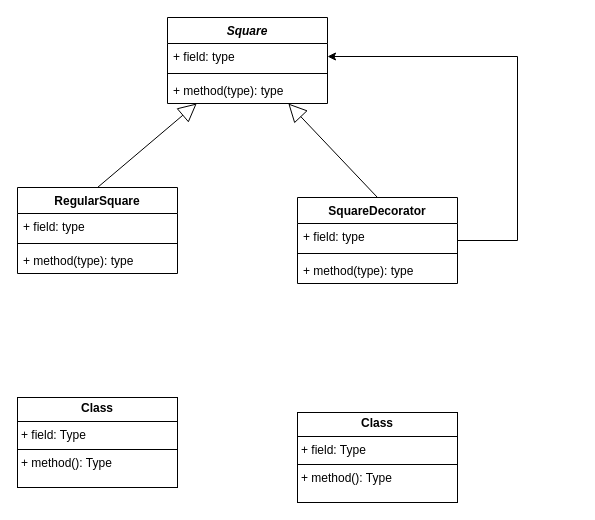
antonykimuom/SWEN30006-2025-SM1-workshop1-tuew05-14-00-team-12 keeps this draw.io diagram as page "Page-2" (2 of 2) of workshop7-week8.drawio. Above is the earlier version. Source tidied: cells renumbered, new cells numbered last; positions are measured from the earlier drawing's top-left corner, leaving out a move shared by most shapes. Both pictures are drawn from the tidied source at 100%, with x=0, y=0 at pixel (17, 17).
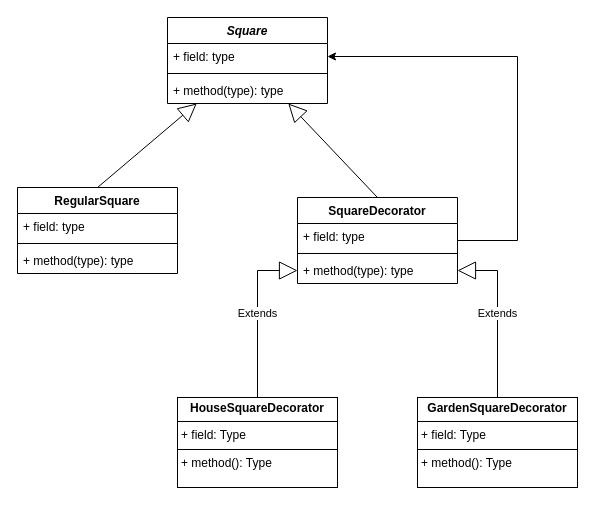
Above is the later version.

Commit message:
connected decorators

The change refers to these unchanged cells:
```xml
<mxCell id="17" value="+ method(type): type" style="text;strokeColor=none;fillColor=none;align=left;verticalAlign=top;spacingLeft=4;spacingRight=4;overflow=hidden;points=[[0,0.5],[1,0.5]];portConstraint=eastwest;whiteSpace=wrap;html=1;" parent="14" vertex="1">
  <mxGeometry y="60" width="160" height="26" as="geometry" />
</mxCell>
```

The edit, as a diff of the source:
```diff
@@
-    <mxCell id="6" value="&lt;p style=&quot;margin:0px;margin-top:4px;text-align:center;&quot;&gt;&lt;b&gt;Class&lt;/b&gt;&lt;/p&gt;&lt;hr size=&quot;1&quot; style=&quot;border-style:solid;&quot;/&gt;&lt;p style=&quot;margin:0px;margin-left:4px;&quot;&gt;+ field: Type&lt;/p&gt;&lt;hr size=&quot;1&quot; style=&quot;border-style:solid;&quot;/&gt;&lt;p style=&quot;margin:0px;margin-left:4px;&quot;&gt;+ method(): Type&lt;/p&gt;" style="verticalAlign=top;align=left;overflow=fill;html=1;whiteSpace=wrap;" parent="1" vertex="1">
-      <mxGeometry x="280" y="395" width="160" height="90" as="geometry" />
+    <mxCell id="6" value="&lt;p style=&quot;margin:0px;margin-top:4px;text-align:center;&quot;&gt;&lt;b&gt;GardenSquareDecorator&lt;/b&gt;&lt;/p&gt;&lt;hr size=&quot;1&quot; style=&quot;border-style:solid;&quot;&gt;&lt;p style=&quot;margin:0px;margin-left:4px;&quot;&gt;+ field: Type&lt;/p&gt;&lt;hr size=&quot;1&quot; style=&quot;border-style:solid;&quot;&gt;&lt;p style=&quot;margin:0px;margin-left:4px;&quot;&gt;+ method(): Type&lt;/p&gt;" style="verticalAlign=top;align=left;overflow=fill;html=1;whiteSpace=wrap;" parent="1" vertex="1">
+      <mxGeometry x="400" y="380" width="160" height="90" as="geometry" />
     </mxCell>
@@
-    <mxCell id="11" value="&lt;p style=&quot;margin:0px;margin-top:4px;text-align:center;&quot;&gt;&lt;b&gt;Class&lt;/b&gt;&lt;/p&gt;&lt;hr size=&quot;1&quot; style=&quot;border-style:solid;&quot;/&gt;&lt;p style=&quot;margin:0px;margin-left:4px;&quot;&gt;+ field: Type&lt;/p&gt;&lt;hr size=&quot;1&quot; style=&quot;border-style:solid;&quot;/&gt;&lt;p style=&quot;margin:0px;margin-left:4px;&quot;&gt;+ method(): Type&lt;/p&gt;" style="verticalAlign=top;align=left;overflow=fill;html=1;whiteSpace=wrap;" parent="1" vertex="1">
-      <mxGeometry y="380" width="160" height="90" as="geometry" />
+    <mxCell id="11" value="&lt;p style=&quot;margin:0px;margin-top:4px;text-align:center;&quot;&gt;&lt;b&gt;HouseSquareDecorator&lt;/b&gt;&lt;/p&gt;&lt;hr size=&quot;1&quot; style=&quot;border-style:solid;&quot;&gt;&lt;p style=&quot;margin:0px;margin-left:4px;&quot;&gt;+ field: Type&lt;/p&gt;&lt;hr size=&quot;1&quot; style=&quot;border-style:solid;&quot;&gt;&lt;p style=&quot;margin:0px;margin-left:4px;&quot;&gt;+ method(): Type&lt;/p&gt;" style="verticalAlign=top;align=left;overflow=fill;html=1;whiteSpace=wrap;" parent="1" vertex="1">
+      <mxGeometry x="160" y="380" width="160" height="90" as="geometry" />
     </mxCell>
@@
+    <mxCell id="19" value="Extends" style="endArrow=block;endSize=16;endFill=0;html=1;rounded=0;exitX=0.5;exitY=0;exitDx=0;exitDy=0;entryX=0;entryY=0.5;entryDx=0;entryDy=0;" parent="1" edge="1" source="11" target="17">
+      <mxGeometry relative="1" as="geometry">
+        <Array as="points">
+          <mxPoint x="240" y="253" />
+        </Array>
+      </mxGeometry>
+    </mxCell>
+    <mxCell id="20" value="Extends" style="endArrow=block;endSize=16;endFill=0;html=1;rounded=0;exitX=0.5;exitY=0;exitDx=0;exitDy=0;entryX=1;entryY=0.5;entryDx=0;entryDy=0;" parent="1" edge="1" source="6" target="17">
+      <mxGeometry relative="1" as="geometry">
+        <Array as="points">
+          <mxPoint x="480" y="253" />
+        </Array>
+      </mxGeometry>
+    </mxCell>
```
